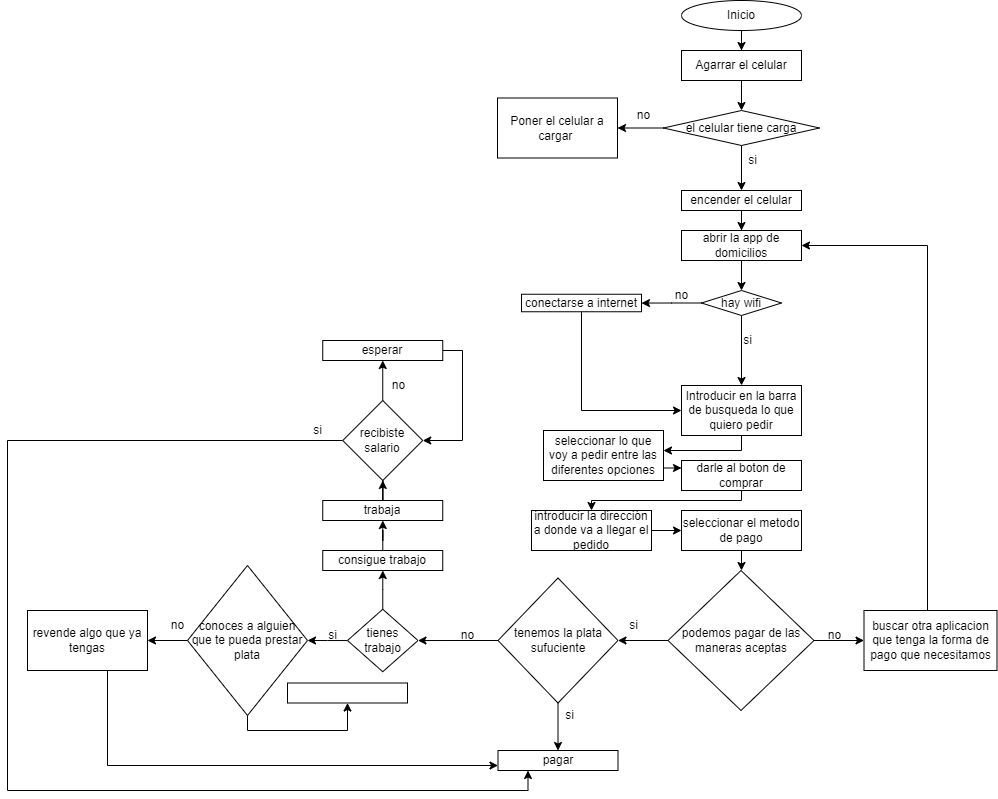
Before: Pedir comida a domicilio.drawio.png, a diagram exported from draw.io (dasamepu/platzi-flowcharts-de-la-vida-diaria). Source tidied: cells renumbered, new cells last; positions are measured from the earlier drawing's top-left corner, leaving out a move shared by most shapes.
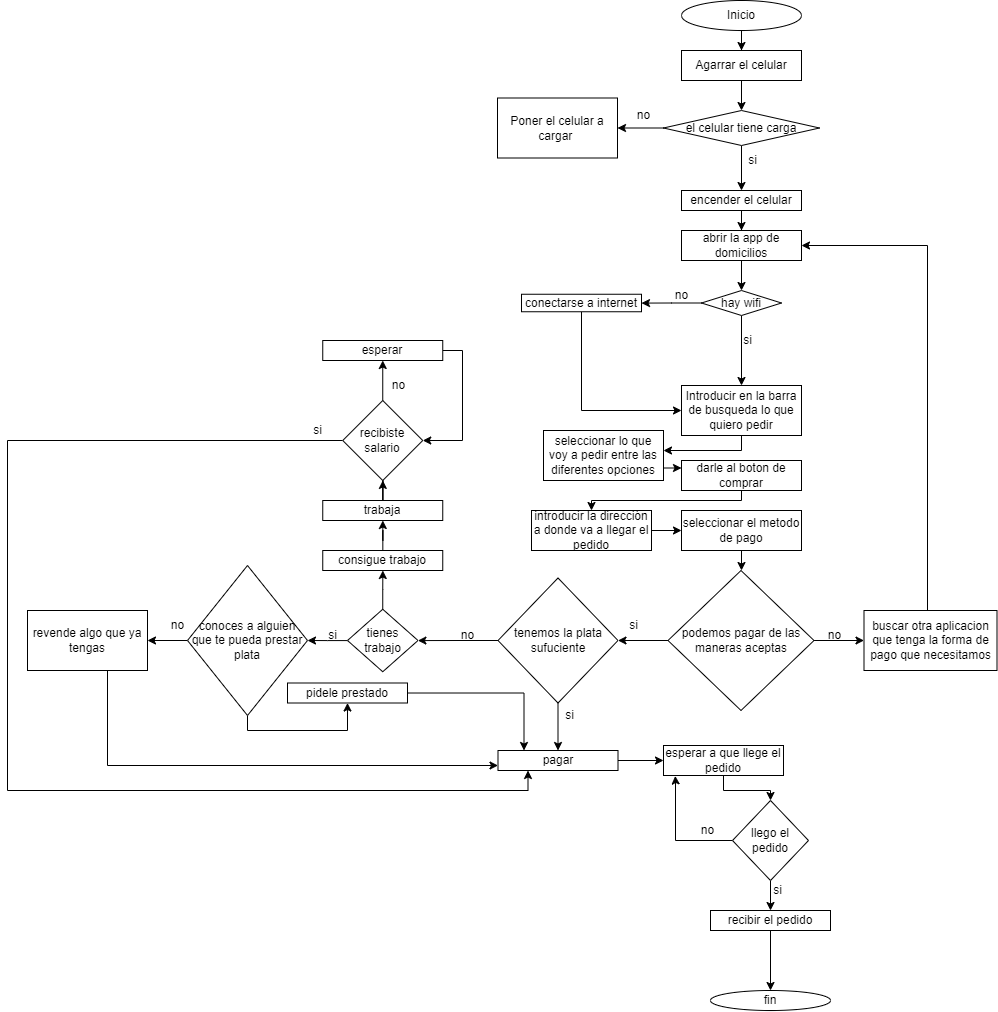
Above is the later version.

Diff of the diagram source:
```diff
@@ -109,6 +109,9 @@
     <mxCell id="32" value="seleccionar el metodo de pago" style="whiteSpace=wrap;html=1;" parent="1" vertex="1">
       <mxGeometry x="674" y="510" width="120" height="40" as="geometry" />
     </mxCell>
+    <mxCell id="68" style="edgeStyle=orthogonalEdgeStyle;rounded=0;jettySize=auto;html=1;" parent="1" edge="1" source="33" target="71">
+      <mxGeometry relative="1" as="geometry" />
+    </mxCell>
     <mxCell id="33" value="pagar" style="whiteSpace=wrap;html=1;" parent="1" vertex="1">
       <mxGeometry x="490.5" y="750" width="120" height="20" as="geometry" />
     </mxCell>
@@ -235,8 +238,54 @@
     <mxCell id="66" value="si" style="text;html=1;align=center;verticalAlign=middle;strokeColor=none;fillColor=none;" parent="1" vertex="1">
       <mxGeometry x="295" y="415" width="30" height="30" as="geometry" />
     </mxCell>
+    <mxCell id="69" style="edgeStyle=orthogonalEdgeStyle;rounded=0;orthogonalLoop=1;jettySize=auto;html=1;entryX=0.25;entryY=0;entryDx=0;entryDy=0;" parent="1" edge="1">
+      <mxGeometry relative="1" as="geometry">
+        <mxPoint x="396" y="692.5" as="sourcePoint" />
+        <mxPoint x="516.5" y="750" as="targetPoint" />
+      </mxGeometry>
+    </mxCell>
-    <mxCell id="67" style="whiteSpace=wrap;html=1;" parent="1" vertex="1">
+    <mxCell id="67" value="pidele prestado" style="whiteSpace=wrap;html=1;" parent="1" vertex="1">
       <mxGeometry x="280" y="682.5" width="120" height="20" as="geometry" />
     </mxCell>
+    <mxCell id="70" style="edgeStyle=orthogonalEdgeStyle;rounded=0;jettySize=auto;html=1;" parent="1" edge="1" source="71" target="74">
+      <mxGeometry relative="1" as="geometry">
+        <Array as="points">
+          <mxPoint x="716" y="790" />
+          <mxPoint x="763" y="790" />
+        </Array>
+      </mxGeometry>
+    </mxCell>
+    <mxCell id="71" value="esperar a que llege el pedido" style="whiteSpace=wrap;html=1;" parent="1" vertex="1">
+      <mxGeometry x="656" y="745" width="120" height="30" as="geometry" />
+    </mxCell>
+    <mxCell id="72" style="edgeStyle=orthogonalEdgeStyle;rounded=0;jettySize=auto;html=1;entryX=0.098;entryY=1.016;entryDx=0;entryDy=0;entryPerimeter=0;" parent="1" edge="1" source="74" target="71">
+      <mxGeometry relative="1" as="geometry">
+        <Array as="points">
+          <mxPoint x="668" y="840" />
+          <mxPoint x="668" y="780" />
+        </Array>
+      </mxGeometry>
+    </mxCell>
+    <mxCell id="73" style="edgeStyle=orthogonalEdgeStyle;rounded=0;jettySize=auto;html=1;" parent="1" edge="1" source="74" target="77">
+      <mxGeometry relative="1" as="geometry" />
+    </mxCell>
+    <mxCell id="74" value="llego el pedido" style="rhombus;whiteSpace=wrap;html=1;" parent="1" vertex="1">
+      <mxGeometry x="725" y="800" width="76" height="80" as="geometry" />
+    </mxCell>
+    <mxCell id="75" value="no" style="text;html=1;align=center;verticalAlign=middle;strokeColor=none;fillColor=none;" parent="1" vertex="1">
+      <mxGeometry x="680" y="815" width="40" height="30" as="geometry" />
+    </mxCell>
+    <mxCell id="76" style="edgeStyle=orthogonalEdgeStyle;rounded=0;jettySize=auto;html=1;" parent="1" edge="1" source="77" target="79">
+      <mxGeometry relative="1" as="geometry" />
+    </mxCell>
+    <mxCell id="77" value="recibir el pedido" style="whiteSpace=wrap;html=1;" parent="1" vertex="1">
+      <mxGeometry x="703" y="910" width="120" height="20" as="geometry" />
+    </mxCell>
+    <mxCell id="78" value="si" style="text;html=1;align=center;verticalAlign=middle;strokeColor=none;fillColor=none;" parent="1" vertex="1">
+      <mxGeometry x="755" y="875" width="30" height="30" as="geometry" />
+    </mxCell>
+    <mxCell id="79" value="fin" style="ellipse;whiteSpace=wrap;html=1;" parent="1" vertex="1">
+      <mxGeometry x="703" y="990" width="120" height="20" as="geometry" />
+    </mxCell>
   </root>
 </mxGraphModel>
```
